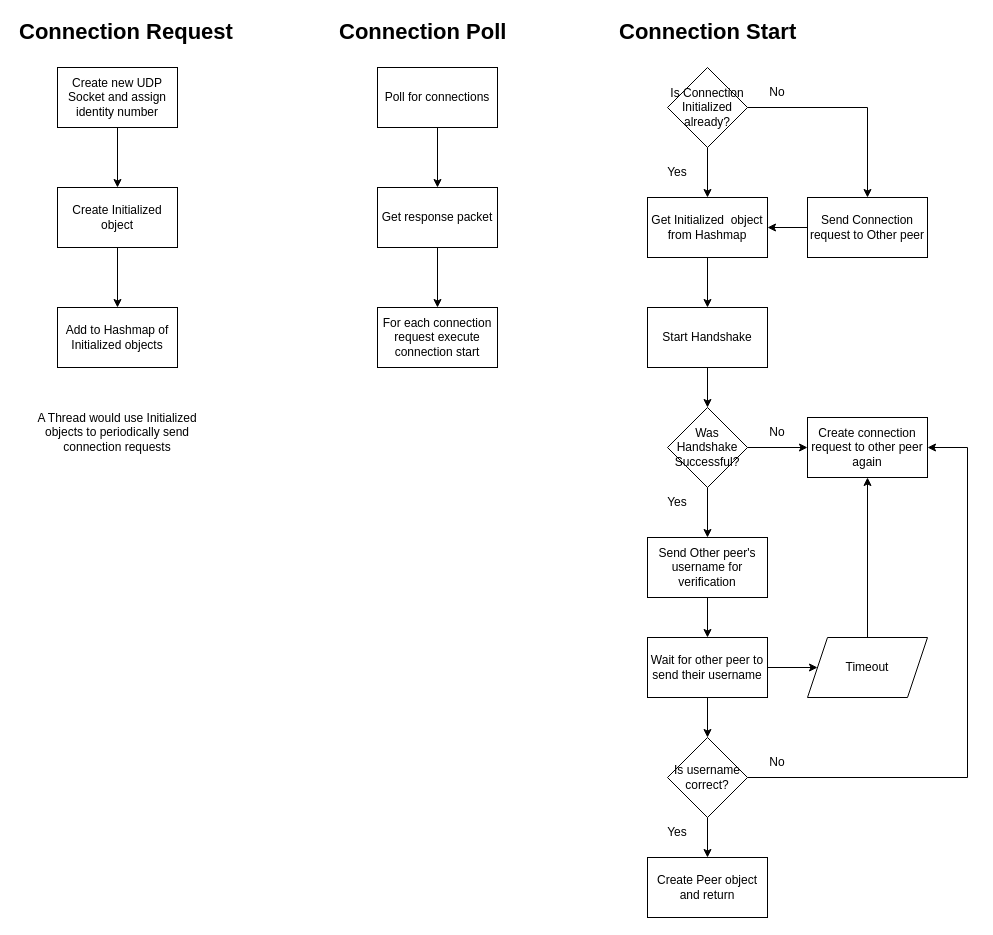
This is page "Connection Algorithm" (2 of 2) of Tracker-Link.drawio from Prototype-Aether/Prototype-Aether, a draw.io file, before an edit. Source tidied: cells renumbered, new cells numbered last; positions are measured from the earlier drawing's top-left corner, leaving out a move shared by most shapes. Both pictures are drawn from the tidied source at 100%, with x=0, y=0 at pixel (17, 17).
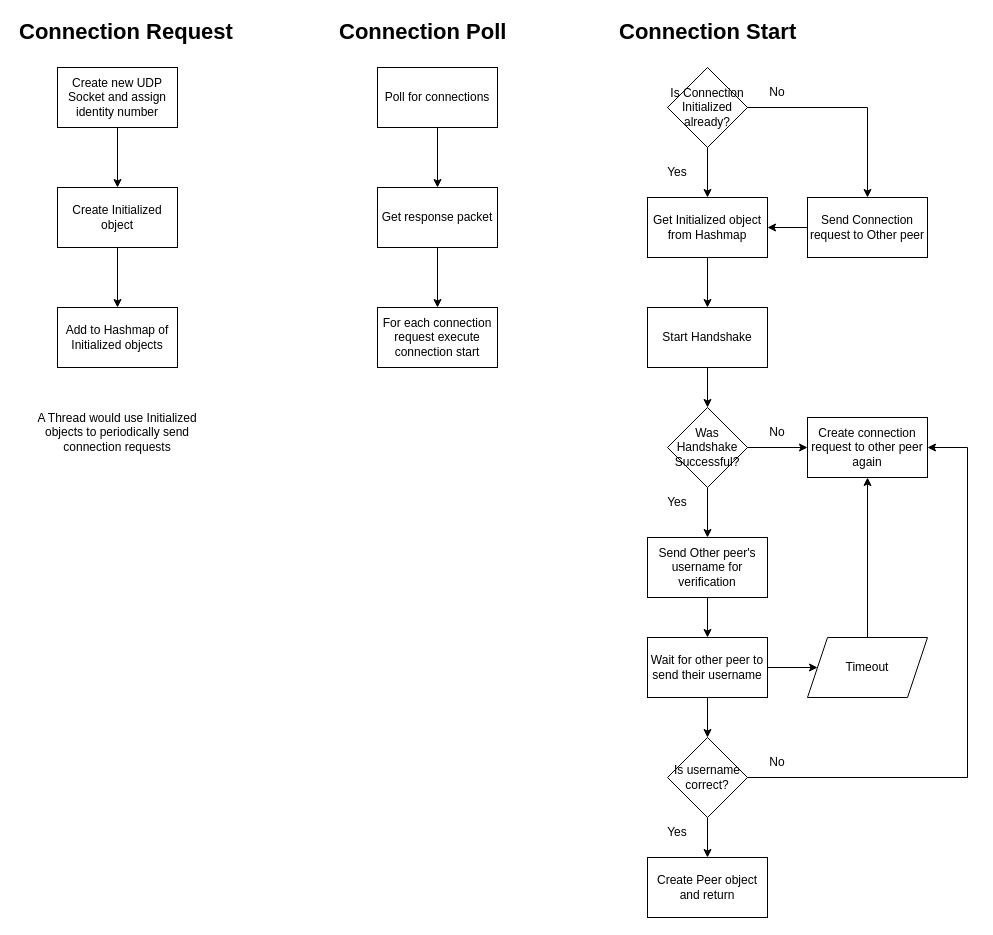
The same diagram, later.

What changed in the source:
```diff
@@
-    <mxCell id="20" value="Get Initialized&amp;nbsp; object from Hashmap" style="whiteSpace=wrap;html=1;" parent="1" vertex="1">
+    <mxCell id="20" value="Get Initialized object from Hashmap" style="whiteSpace=wrap;html=1;" parent="1" vertex="1">
       <mxGeometry x="630" y="180" width="120" height="60" as="geometry" />
     </mxCell>
```
